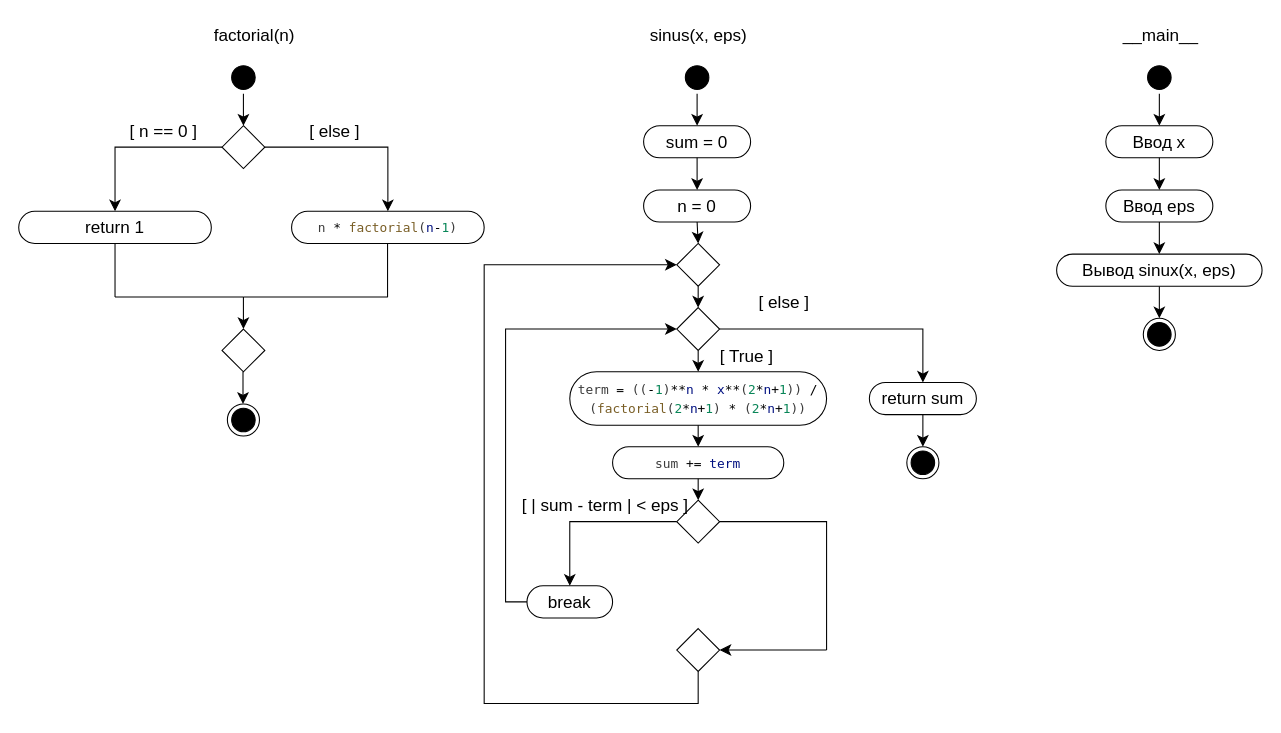
This is UML/22_hard.drawio from itssyoma/megarepo_22, a draw.io file, before an edit. Source tidied: cells renumbered, new cells numbered last; positions are measured from the earlier drawing's top-left corner, leaving out a move shared by most shapes. Both pictures are drawn from the tidied source at 107%, with x=0, y=0 at pixel (18, 18).
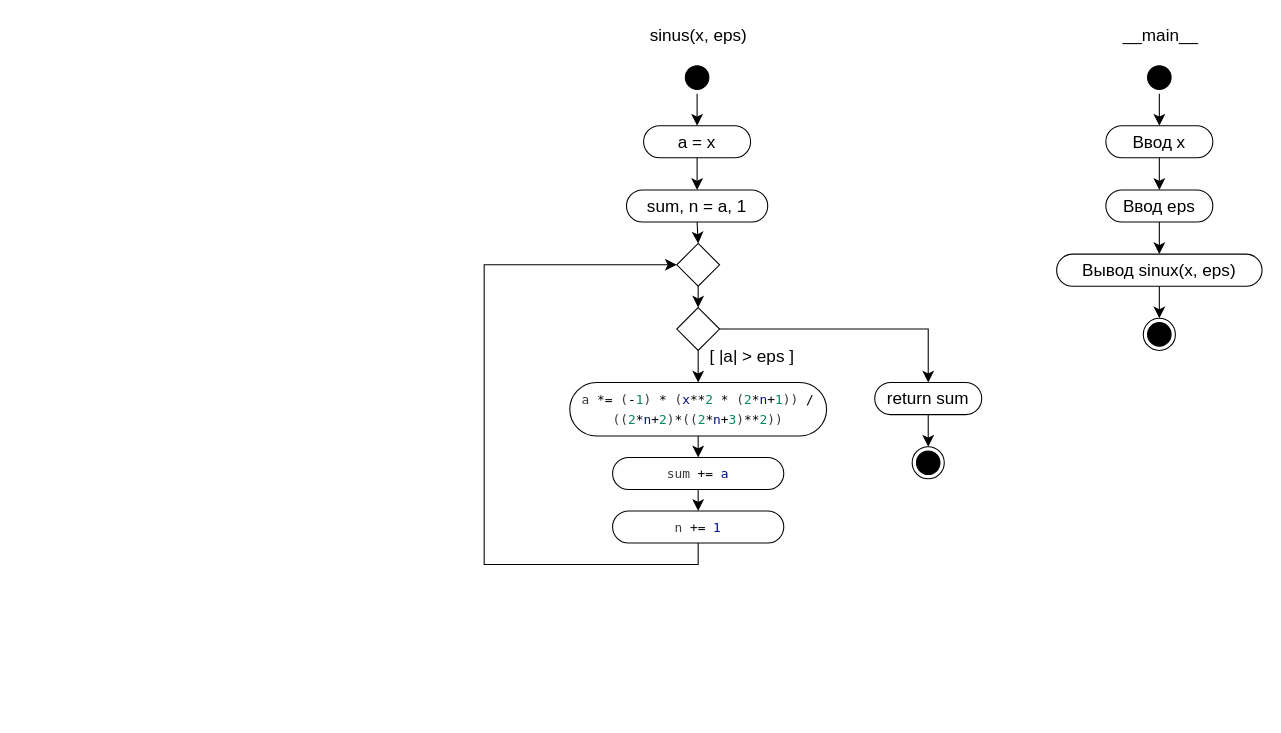
After the change.

Commit message (it also covers changes not shown here):
Update report and UML

The change refers to these unchanged cells:
```xml
<mxCell id="27" style="rhombus;whiteSpace=wrap;html=1;fontSize=16;rounded=0;arcSize=50;" parent="1" vertex="1">
  <mxGeometry x="615" y="210" width="40" height="40" as="geometry" />
</mxCell>
```

Change to the diagram source:
```diff
@@
-    <mxCell id="2" style="ellipse;html=1;shape=startState;fillColor=#000000;strokeColor=default;fontSize=16;" parent="1" vertex="1">
-      <mxGeometry x="195" y="40" width="30" height="30" as="geometry" />
-    </mxCell>
-    <mxCell id="3" style="edgeStyle=orthogonalEdgeStyle;html=1;verticalAlign=bottom;endArrow=classic;endSize=8;strokeColor=default;rounded=0;fontSize=12;curved=1;entryX=0.5;entryY=0;entryDx=0;entryDy=0;endFill=1;" parent="1" edge="1" source="2">
-      <mxGeometry relative="1" as="geometry">
-        <mxPoint x="210" y="100" as="targetPoint" />
-      </mxGeometry>
-    </mxCell>
-    <mxCell id="4" value="factorial(n)" style="text;html=1;align=center;verticalAlign=middle;strokeColor=none;fillColor=none;fontSize=16;" parent="1" vertex="1">
-      <mxGeometry x="170" width="100" height="30" as="geometry" />
-    </mxCell>
-    <mxCell id="5" style="rhombus;whiteSpace=wrap;html=1;fontSize=16;rounded=0;arcSize=50;" parent="1" vertex="1">
-      <mxGeometry x="190" y="100" width="40" height="40" as="geometry" />
-    </mxCell>
-    <mxCell id="6" value="&lt;div style=&quot;color: rgb(59, 59, 59); font-family: Menlo, Monaco, &amp;quot;Courier New&amp;quot;, monospace; font-size: 12px; line-height: 18px;&quot;&gt;n &lt;span style=&quot;color: #000000;&quot;&gt;*&lt;/span&gt; &lt;span style=&quot;color: #795e26;&quot;&gt;factorial&lt;/span&gt;(&lt;span style=&quot;color: #001080;&quot;&gt;n&lt;/span&gt;&lt;span style=&quot;color: #000000;&quot;&gt;-&lt;/span&gt;&lt;span style=&quot;color: #098658;&quot;&gt;1&lt;/span&gt;)&lt;/div&gt;" style="html=1;whiteSpace=wrap;fontSize=16;rounded=1;arcSize=50;" parent="1" vertex="1">
-      <mxGeometry x="255" y="180" width="180" height="30" as="geometry" />
-    </mxCell>
-    <mxCell id="7" value="[ n == 0 ]" style="text;html=1;align=center;verticalAlign=middle;strokeColor=none;fillColor=none;fontSize=16;" parent="1" vertex="1">
-      <mxGeometry x="90" y="90" width="90" height="30" as="geometry" />
-    </mxCell>
-    <mxCell id="8" style="edgeStyle=segmentEdgeStyle;endArrow=classic;html=1;curved=0;rounded=0;endSize=8;startSize=8;sourcePerimeterSpacing=0;targetPerimeterSpacing=0;fontSize=12;entryX=0.5;entryY=0;entryDx=0;entryDy=0;" parent="1" edge="1" target="6">
-      <mxGeometry relative="1" as="geometry">
-        <mxPoint x="230" y="120" as="sourcePoint" />
-        <Array as="points">
-          <mxPoint x="345" y="120" />
-        </Array>
-      </mxGeometry>
-    </mxCell>
-    <mxCell id="9" style="edgeStyle=segmentEdgeStyle;endArrow=classic;html=1;curved=0;rounded=0;endSize=8;startSize=8;sourcePerimeterSpacing=0;targetPerimeterSpacing=0;fontSize=12;exitX=0;exitY=0.5;exitDx=0;exitDy=0;" parent="1" edge="1" source="5">
-      <mxGeometry relative="1" as="geometry">
-        <mxPoint x="90" y="180" as="targetPoint" />
-        <Array as="points">
-          <mxPoint x="90" y="120" />
-        </Array>
-      </mxGeometry>
-    </mxCell>
-    <mxCell id="10" value="return 1" style="html=1;whiteSpace=wrap;fontSize=16;rounded=1;arcSize=50;" parent="1" vertex="1">
-      <mxGeometry y="180" width="180" height="30" as="geometry" />
-    </mxCell>
-    <mxCell id="11" value="[ else ]" style="text;html=1;align=center;verticalAlign=middle;strokeColor=none;fillColor=none;fontSize=16;" parent="1" vertex="1">
-      <mxGeometry x="260" y="90" width="70" height="30" as="geometry" />
-    </mxCell>
-    <mxCell id="12" style="rhombus;whiteSpace=wrap;html=1;fontSize=16;rounded=0;arcSize=50;" parent="1" vertex="1">
-      <mxGeometry x="190" y="290" width="40" height="40" as="geometry" />
-    </mxCell>
-    <mxCell id="13" style="endArrow=none;html=1;rounded=0;fontSize=12;startSize=8;endSize=8;curved=1;entryX=0.5;entryY=1;entryDx=0;entryDy=0;" parent="1" edge="1" target="10">
-      <mxGeometry relative="1" as="geometry">
-        <mxPoint x="90" y="260" as="sourcePoint" />
-      </mxGeometry>
-    </mxCell>
-    <mxCell id="14" style="endArrow=none;html=1;rounded=0;fontSize=12;startSize=8;endSize=8;curved=1;" parent="1" edge="1">
-      <mxGeometry relative="1" as="geometry">
-        <mxPoint x="210" y="260" as="sourcePoint" />
-        <mxPoint x="90" y="260" as="targetPoint" />
-      </mxGeometry>
-    </mxCell>
-    <mxCell id="15" style="endArrow=none;html=1;rounded=0;fontSize=12;startSize=8;endSize=8;curved=1;entryX=0.5;entryY=1;entryDx=0;entryDy=0;" parent="1" edge="1">
-      <mxGeometry relative="1" as="geometry">
-        <mxPoint x="344.7" y="260" as="sourcePoint" />
-        <mxPoint x="344.7" y="210" as="targetPoint" />
-      </mxGeometry>
-    </mxCell>
-    <mxCell id="16" style="endArrow=none;html=1;rounded=0;fontSize=12;startSize=8;endSize=8;curved=1;" parent="1" edge="1">
-      <mxGeometry relative="1" as="geometry">
-        <mxPoint x="345" y="260" as="sourcePoint" />
-        <mxPoint x="210" y="260" as="targetPoint" />
-      </mxGeometry>
-    </mxCell>
-    <mxCell id="17" style="endArrow=classic;html=1;rounded=0;fontSize=12;startSize=8;endSize=8;curved=1;entryX=0.5;entryY=0;entryDx=0;entryDy=0;" parent="1" edge="1" target="12">
-      <mxGeometry relative="1" as="geometry">
-        <mxPoint x="210" y="260" as="sourcePoint" />
-      </mxGeometry>
-    </mxCell>
-    <mxCell id="18" style="endArrow=classic;html=1;rounded=0;fontSize=12;startSize=8;endSize=8;curved=1;entryX=0.5;entryY=0;entryDx=0;entryDy=0;" parent="1" edge="1">
-      <mxGeometry relative="1" as="geometry">
-        <mxPoint x="209.6" y="330" as="sourcePoint" />
-        <mxPoint x="209.6" y="360" as="targetPoint" />
-      </mxGeometry>
-    </mxCell>
-    <mxCell id="19" style="ellipse;html=1;shape=endState;fillColor=#000000;strokeColor=#000000;fontSize=16;" parent="1" vertex="1">
-      <mxGeometry x="195" y="360" width="30" height="30" as="geometry" />
-    </mxCell>
@@
-    <mxCell id="23" value="sum = 0" style="html=1;whiteSpace=wrap;fontSize=16;rounded=1;arcSize=50;" parent="1" vertex="1">
+    <mxCell id="23" value="a = x" style="html=1;whiteSpace=wrap;fontSize=16;rounded=1;arcSize=50;" parent="1" vertex="1">
       <mxGeometry x="584" y="100" width="100" height="30" as="geometry" />
     </mxCell>
@@
-    <mxCell id="26" value="n = 0" style="html=1;whiteSpace=wrap;fontSize=16;rounded=1;arcSize=50;" parent="1" vertex="1">
-      <mxGeometry x="584" y="160" width="100" height="30" as="geometry" />
+    <mxCell id="26" value="sum, n = a, 1" style="html=1;whiteSpace=wrap;fontSize=16;rounded=1;arcSize=50;" parent="1" vertex="1">
+      <mxGeometry x="568" y="160" width="132" height="30" as="geometry" />
     </mxCell>
@@
-    <mxCell id="28" style="edgeStyle=none;curved=1;rounded=0;jettySize=auto;html=1;exitX=0.5;exitY=1;exitDx=0;exitDy=0;entryX=0.5;entryY=0;entryDx=0;entryDy=0;fontSize=12;startSize=8;endSize=8;" parent="1" edge="1" source="29" target="31">
-      <mxGeometry relative="1" as="geometry" />
-    </mxCell>
-    <mxCell id="29" style="rhombus;whiteSpace=wrap;html=1;fontSize=16;rounded=0;arcSize=50;" parent="1" vertex="1">
-      <mxGeometry x="615" y="270" width="40" height="40" as="geometry" />
-    </mxCell>
-    <mxCell id="30" style="edgeStyle=none;curved=1;rounded=0;jettySize=auto;html=1;entryX=0.5;entryY=0;entryDx=0;entryDy=0;fontSize=12;startSize=8;endSize=8;" parent="1" edge="1" target="29">
+    <mxCell id="30" style="edgeStyle=none;curved=1;rounded=0;orthogonalLoop=1;jettySize=auto;html=1;entryX=0.5;entryY=0;entryDx=0;entryDy=0;fontSize=12;startSize=8;endSize=8;" parent="1" edge="1">
       <mxGeometry relative="1" as="geometry">
         <mxPoint x="635" y="250" as="sourcePoint" />
+        <mxPoint x="635" y="270" as="targetPoint" />
       </mxGeometry>
     </mxCell>
-    <mxCell id="31" value="&lt;div style=&quot;color: rgb(59, 59, 59); font-family: Menlo, Monaco, &amp;quot;Courier New&amp;quot;, monospace; font-size: 12px; line-height: 18px;&quot;&gt;term &lt;span style=&quot;color: #000000;&quot;&gt;=&lt;/span&gt; ((&lt;span style=&quot;color: #000000;&quot;&gt;-&lt;/span&gt;&lt;span style=&quot;color: #098658;&quot;&gt;1&lt;/span&gt;)&lt;span style=&quot;color: #000000;&quot;&gt;**&lt;/span&gt;&lt;span style=&quot;color: #001080;&quot;&gt;n&lt;/span&gt; &lt;span style=&quot;color: #000000;&quot;&gt;*&lt;/span&gt; &lt;span style=&quot;color: #001080;&quot;&gt;x&lt;/span&gt;&lt;span style=&quot;color: #000000;&quot;&gt;**&lt;/span&gt;(&lt;span style=&quot;color: #098658;&quot;&gt;2&lt;/span&gt;&lt;span style=&quot;color: #000000;&quot;&gt;*&lt;/span&gt;&lt;span style=&quot;color: #001080;&quot;&gt;n&lt;/span&gt;&lt;span style=&quot;color: #000000;&quot;&gt;+&lt;/span&gt;&lt;span style=&quot;color: #098658;&quot;&gt;1&lt;/span&gt;)) &lt;span style=&quot;color: #000000;&quot;&gt;/&lt;/span&gt; (&lt;span style=&quot;color: #795e26;&quot;&gt;factorial&lt;/span&gt;(&lt;span style=&quot;color: #098658;&quot;&gt;2&lt;/span&gt;&lt;span style=&quot;color: #000000;&quot;&gt;*&lt;/span&gt;&lt;span style=&quot;color: #001080;&quot;&gt;n&lt;/span&gt;&lt;span style=&quot;color: #000000;&quot;&gt;+&lt;/span&gt;&lt;span style=&quot;color: #098658;&quot;&gt;1&lt;/span&gt;) &lt;span style=&quot;color: #000000;&quot;&gt;*&lt;/span&gt; (&lt;span style=&quot;color: #098658;&quot;&gt;2&lt;/span&gt;&lt;span style=&quot;color: #000000;&quot;&gt;*&lt;/span&gt;&lt;span style=&quot;color: #001080;&quot;&gt;n&lt;/span&gt;&lt;span style=&quot;color: #000000;&quot;&gt;+&lt;/span&gt;&lt;span style=&quot;color: #098658;&quot;&gt;1&lt;/span&gt;))&lt;/div&gt;" style="html=1;whiteSpace=wrap;fontSize=16;rounded=1;arcSize=50;" parent="1" vertex="1">
-      <mxGeometry x="515" y="330" width="240" height="50" as="geometry" />
+    <mxCell id="31" value="&lt;div style=&quot;color: rgb(59, 59, 59); font-family: Menlo, Monaco, &amp;quot;Courier New&amp;quot;, monospace; font-size: 12px; line-height: 18px;&quot;&gt;&lt;div style=&quot;line-height: 18px;&quot;&gt;a &lt;span style=&quot;color: #000000;&quot;&gt;*=&lt;/span&gt; (&lt;span style=&quot;color: #000000;&quot;&gt;-&lt;/span&gt;&lt;span style=&quot;color: #098658;&quot;&gt;1&lt;/span&gt;) &lt;span style=&quot;color: #000000;&quot;&gt;*&lt;/span&gt; (&lt;span style=&quot;color: #001080;&quot;&gt;x&lt;/span&gt;&lt;span style=&quot;color: #000000;&quot;&gt;**&lt;/span&gt;&lt;span style=&quot;color: #098658;&quot;&gt;2&lt;/span&gt; &lt;span style=&quot;color: #000000;&quot;&gt;*&lt;/span&gt; (&lt;span style=&quot;color: #098658;&quot;&gt;2&lt;/span&gt;&lt;span style=&quot;color: #000000;&quot;&gt;*&lt;/span&gt;&lt;span style=&quot;color: #001080;&quot;&gt;n&lt;/span&gt;&lt;span style=&quot;color: #000000;&quot;&gt;+&lt;/span&gt;&lt;span style=&quot;color: #098658;&quot;&gt;1&lt;/span&gt;)) &lt;span style=&quot;color: #000000;&quot;&gt;/&lt;/span&gt; ((&lt;span style=&quot;color: #098658;&quot;&gt;2&lt;/span&gt;&lt;span style=&quot;color: #000000;&quot;&gt;*&lt;/span&gt;&lt;span style=&quot;color: #001080;&quot;&gt;n&lt;/span&gt;&lt;span style=&quot;color: #000000;&quot;&gt;+&lt;/span&gt;&lt;span style=&quot;color: #098658;&quot;&gt;2&lt;/span&gt;)&lt;span style=&quot;color: #000000;&quot;&gt;*&lt;/span&gt;((&lt;span style=&quot;color: #098658;&quot;&gt;2&lt;/span&gt;&lt;span style=&quot;color: #000000;&quot;&gt;*&lt;/span&gt;&lt;span style=&quot;color: #001080;&quot;&gt;n&lt;/span&gt;&lt;span style=&quot;color: #000000;&quot;&gt;+&lt;/span&gt;&lt;span style=&quot;color: #098658;&quot;&gt;3&lt;/span&gt;)&lt;span style=&quot;color: #000000;&quot;&gt;**&lt;/span&gt;&lt;span style=&quot;color: #098658;&quot;&gt;2&lt;/span&gt;))&lt;/div&gt;&lt;/div&gt;" style="html=1;whiteSpace=wrap;fontSize=16;rounded=1;arcSize=50;" parent="1" vertex="1">
+      <mxGeometry x="515" y="340" width="240" height="50" as="geometry" />
     </mxCell>
     <mxCell id="32" style="edgeStyle=none;curved=1;rounded=0;jettySize=auto;html=1;exitX=0.5;exitY=1;exitDx=0;exitDy=0;entryX=0.5;entryY=0;entryDx=0;entryDy=0;fontSize=12;startSize=8;endSize=8;" parent="1" edge="1" target="33">
       <mxGeometry relative="1" as="geometry">
-        <mxPoint x="635" y="380" as="sourcePoint" />
+        <mxPoint x="635" y="390" as="sourcePoint" />
       </mxGeometry>
     </mxCell>
-    <mxCell id="33" value="&lt;div style=&quot;color: rgb(59, 59, 59); font-family: Menlo, Monaco, &amp;quot;Courier New&amp;quot;, monospace; font-size: 12px; line-height: 18px;&quot;&gt;sum &lt;span style=&quot;color: #000000;&quot;&gt;+=&lt;/span&gt; &lt;span style=&quot;color: #001080;&quot;&gt;term&lt;/span&gt;&lt;/div&gt;" style="html=1;whiteSpace=wrap;fontSize=16;rounded=1;arcSize=50;" parent="1" vertex="1">
-      <mxGeometry x="555" y="400" width="160" height="30" as="geometry" />
+    <mxCell id="33" value="&lt;div style=&quot;font-family: Menlo, Monaco, &amp;quot;Courier New&amp;quot;, monospace; font-size: 12px; line-height: 18px;&quot;&gt;&lt;span style=&quot;color: rgb(59, 59, 59);&quot;&gt;sum &lt;span style=&quot;color: #000000;&quot;&gt;+=&lt;/span&gt;&amp;nbsp;&lt;/span&gt;&lt;font color=&quot;#001080&quot;&gt;a&lt;/font&gt;&lt;/div&gt;" style="html=1;whiteSpace=wrap;fontSize=16;rounded=1;arcSize=50;" parent="1" vertex="1">
+      <mxGeometry x="555" y="410" width="160" height="30" as="geometry" />
     </mxCell>
-    <mxCell id="34" style="rhombus;whiteSpace=wrap;html=1;fontSize=16;rounded=0;arcSize=50;" parent="1" vertex="1">
-      <mxGeometry x="615" y="450" width="40" height="40" as="geometry" />
-    </mxCell>
-    <mxCell id="35" style="edgeStyle=none;curved=1;rounded=0;jettySize=auto;html=1;entryX=0.5;entryY=0;entryDx=0;entryDy=0;fontSize=12;startSize=8;endSize=8;" parent="1" edge="1" target="34">
+    <mxCell id="35" style="edgeStyle=none;curved=1;rounded=0;orthogonalLoop=1;jettySize=auto;html=1;entryX=0.5;entryY=0;entryDx=0;entryDy=0;fontSize=12;startSize=8;endSize=8;" parent="1" edge="1">
       <mxGeometry relative="1" as="geometry">
-        <mxPoint x="635" y="430" as="sourcePoint" />
+        <mxPoint x="635" y="440" as="sourcePoint" />
+        <mxPoint x="635" y="460" as="targetPoint" />
       </mxGeometry>
     </mxCell>
-    <mxCell id="36" value="break" style="html=1;whiteSpace=wrap;fontSize=16;rounded=1;arcSize=50;" parent="1" vertex="1">
-      <mxGeometry x="475" y="530" width="80" height="30" as="geometry" />
-    </mxCell>
-    <mxCell id="37" value="[ | sum - term | &amp;lt; eps ]&amp;nbsp;" style="text;html=1;align=center;verticalAlign=middle;strokeColor=none;fillColor=none;fontSize=16;" parent="1" vertex="1">
-      <mxGeometry x="460" y="440" width="180" height="30" as="geometry" />
-    </mxCell>
-    <mxCell id="38" style="edgeStyle=segmentEdgeStyle;endArrow=none;html=1;curved=0;rounded=0;endSize=8;startSize=8;sourcePerimeterSpacing=0;targetPerimeterSpacing=0;fontSize=12;endFill=0;" parent="1" edge="1">
-      <mxGeometry relative="1" as="geometry">
-        <mxPoint x="655" y="470" as="sourcePoint" />
-        <mxPoint x="755" y="590" as="targetPoint" />
-        <Array as="points">
-          <mxPoint x="755" y="470" />
-        </Array>
-      </mxGeometry>
-    </mxCell>
-    <mxCell id="39" style="edgeStyle=segmentEdgeStyle;endArrow=classic;html=1;curved=0;rounded=0;endSize=8;startSize=8;sourcePerimeterSpacing=0;targetPerimeterSpacing=0;fontSize=12;" parent="1" edge="1">
-      <mxGeometry relative="1" as="geometry">
-        <mxPoint x="615" y="470" as="sourcePoint" />
-        <mxPoint x="515" y="530" as="targetPoint" />
-        <Array as="points">
-          <mxPoint x="515" y="470" />
-          <mxPoint x="515" y="530" />
-        </Array>
-      </mxGeometry>
-    </mxCell>
-    <mxCell id="40" style="edgeStyle=none;curved=1;rounded=0;jettySize=auto;html=1;fontSize=12;startSize=8;endSize=8;entryX=1;entryY=0.5;entryDx=0;entryDy=0;" parent="1" edge="1" target="41">
-      <mxGeometry relative="1" as="geometry">
-        <mxPoint x="755" y="590" as="sourcePoint" />
-      </mxGeometry>
-    </mxCell>
+    <mxCell id="60" style="edgeStyle=none;curved=1;rounded=0;jettySize=auto;html=1;exitX=0.5;exitY=1;exitDx=0;exitDy=0;entryX=0.5;entryY=0;entryDx=0;entryDy=0;fontSize=12;startSize=8;endSize=8;" parent="1" edge="1" source="41" target="31">
+      <mxGeometry relative="1" as="geometry" />
+    </mxCell>
+    <mxCell id="61" style="edgeStyle=none;rounded=0;jettySize=auto;html=1;exitX=1;exitY=0.5;exitDx=0;exitDy=0;fontSize=12;startSize=8;endSize=8;entryX=0.5;entryY=0;entryDx=0;entryDy=0;strokeColor=default;" parent="1" edge="1" source="41" target="48">
+      <mxGeometry relative="1" as="geometry">
+        <Array as="points">
+          <mxPoint x="850" y="290" />
+        </Array>
+      </mxGeometry>
+    </mxCell>
     <mxCell id="41" style="rhombus;whiteSpace=wrap;html=1;fontSize=16;rounded=0;arcSize=50;" parent="1" vertex="1">
-      <mxGeometry x="615" y="570" width="40" height="40" as="geometry" />
+      <mxGeometry x="615" y="270" width="40" height="40" as="geometry" />
     </mxCell>
-    <mxCell id="42" style="edgeStyle=segmentEdgeStyle;endArrow=classic;html=1;curved=0;rounded=0;endSize=8;startSize=8;sourcePerimeterSpacing=0;targetPerimeterSpacing=0;fontSize=12;exitX=0.5;exitY=1;exitDx=0;exitDy=0;entryX=0;entryY=0.5;entryDx=0;entryDy=0;" parent="1" edge="1" source="41" target="27">
+    <mxCell id="42" style="edgeStyle=segmentEdgeStyle;endArrow=classic;html=1;curved=0;rounded=0;endSize=8;startSize=8;sourcePerimeterSpacing=0;targetPerimeterSpacing=0;fontSize=12;entryX=0;entryY=0.5;entryDx=0;entryDy=0;exitX=0.5;exitY=1;exitDx=0;exitDy=0;" parent="1" edge="1" source="62" target="27">
       <mxGeometry relative="1" as="geometry">
         <Array as="points">
-          <mxPoint x="635" y="640" />
-          <mxPoint x="435" y="640" />
+          <mxPoint x="635" y="510" />
+          <mxPoint x="435" y="510" />
           <mxPoint x="435" y="230" />
         </Array>
       </mxGeometry>
     </mxCell>
-    <mxCell id="43" value="&amp;nbsp;[ else ]&amp;nbsp;" style="text;html=1;align=center;verticalAlign=middle;strokeColor=none;fillColor=none;fontSize=16;" parent="1" vertex="1">
-      <mxGeometry x="675" y="250" width="80" height="30" as="geometry" />
-    </mxCell>
-    <mxCell id="44" value="&amp;nbsp;[ True ]&amp;nbsp;" style="text;html=1;align=center;verticalAlign=middle;strokeColor=none;fillColor=none;fontSize=16;" parent="1" vertex="1">
-      <mxGeometry x="640" y="300" width="80" height="30" as="geometry" />
+    <mxCell id="44" value="&amp;nbsp;[ |a| &amp;gt; eps ]&amp;nbsp;" style="text;html=1;align=center;verticalAlign=middle;strokeColor=none;fillColor=none;fontSize=16;" parent="1" vertex="1">
+      <mxGeometry x="630" y="300" width="110" height="30" as="geometry" />
     </mxCell>
-    <mxCell id="45" style="edgeStyle=segmentEdgeStyle;endArrow=classic;html=1;curved=0;rounded=0;endSize=8;startSize=8;sourcePerimeterSpacing=0;targetPerimeterSpacing=0;fontSize=12;exitX=1;exitY=0.5;exitDx=0;exitDy=0;" parent="1" edge="1" source="29">
-      <mxGeometry relative="1" as="geometry">
-        <mxPoint x="845" y="340" as="targetPoint" />
-        <Array as="points">
-          <mxPoint x="845" y="290" />
-          <mxPoint x="845" y="340" />
-        </Array>
-      </mxGeometry>
-    </mxCell>
-    <mxCell id="46" style="edgeStyle=segmentEdgeStyle;endArrow=classic;html=1;curved=0;rounded=0;endSize=8;startSize=8;sourcePerimeterSpacing=0;targetPerimeterSpacing=0;fontSize=12;exitX=0;exitY=0.5;exitDx=0;exitDy=0;entryX=0;entryY=0.5;entryDx=0;entryDy=0;" parent="1" edge="1" source="36" target="29">
-      <mxGeometry relative="1" as="geometry">
-        <Array as="points">
-          <mxPoint x="455" y="545" />
-          <mxPoint x="455" y="290" />
-        </Array>
-      </mxGeometry>
-    </mxCell>
@@
     <mxCell id="48" value="return sum" style="html=1;whiteSpace=wrap;fontSize=16;rounded=1;arcSize=50;" parent="1" vertex="1">
-      <mxGeometry x="795" y="340" width="100" height="30" as="geometry" />
+      <mxGeometry x="800" y="340" width="100" height="30" as="geometry" />
     </mxCell>
     <mxCell id="49" style="ellipse;html=1;shape=endState;fillColor=#000000;strokeColor=default;fontSize=16;" parent="1" vertex="1">
-      <mxGeometry x="830" y="400" width="30" height="30" as="geometry" />
+      <mxGeometry x="835" y="400" width="30" height="30" as="geometry" />
     </mxCell>
@@
+    <mxCell id="62" value="&lt;div style=&quot;font-family: Menlo, Monaco, &amp;quot;Courier New&amp;quot;, monospace; font-size: 12px; line-height: 18px;&quot;&gt;&lt;span style=&quot;color: rgb(59, 59, 59);&quot;&gt;n &lt;span style=&quot;color: #000000;&quot;&gt;+=&lt;/span&gt;&amp;nbsp;&lt;/span&gt;&lt;font color=&quot;#001080&quot;&gt;1&lt;/font&gt;&lt;/div&gt;" style="html=1;whiteSpace=wrap;fontSize=16;rounded=1;arcSize=50;" parent="1" vertex="1">
+      <mxGeometry x="555" y="460" width="160" height="30" as="geometry" />
+    </mxCell>
```
